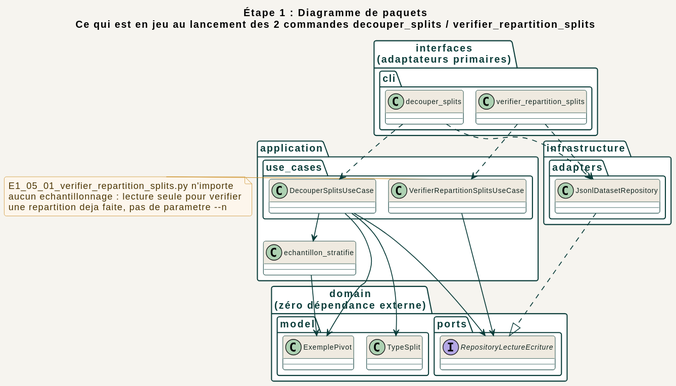
This is docs/diagrams/02_etape1_donnees/paquets/decouper_splits_paquets.svg from racemartin/m14_ocr, a PlantUML export, as it was before one commit.
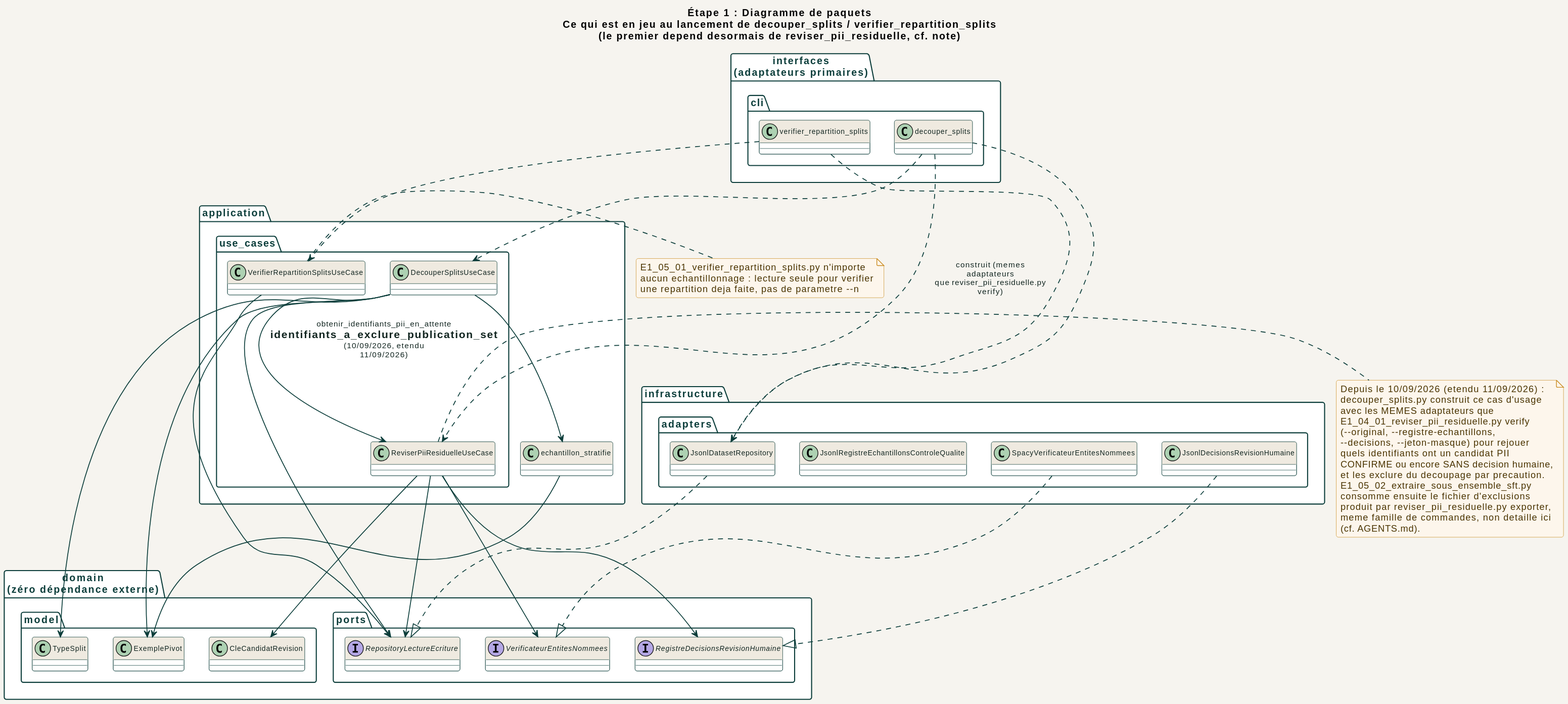
The same diagram one commit later.

Diff of the diagram source:
```diff
@@ -1,8 +1,7 @@
 @startuml
-!pragma layout smetana
 !include ../../_common/estilo.iuml
 
-title Étape 1 : Diagramme de paquets\nCe qui est en jeu au lancement des 2 commandes decouper_splits / verifier_repartition_splits
+title Étape 1 : Diagramme de paquets\nCe qui est en jeu au lancement de decouper_splits / verifier_repartition_splits\n(le premier depend desormais de reviser_pii_residuelle, cf. note)
 
 package "interfaces\n(adaptateurs primaires)" as INTERFACES {
   package "cli" {
@@ -15,6 +14,7 @@
   package "use_cases" {
     class DecouperSplitsUseCase
     class VerifierRepartitionSplitsUseCase
+    class ReviserPiiResiduelleUseCase
   }
   class echantillon_stratifie
 }
@@ -23,21 +23,28 @@
   package "model" {
     class ExemplePivot
     class TypeSplit
+    class CleCandidatRevision
   }
   package "ports" {
     interface RepositoryLectureEcriture
+    interface VerificateurEntitesNommees
+    interface RegistreDecisionsRevisionHumaine
   }
 }
 
 package "infrastructure" as INFRASTRUCTURE {
   package "adapters" {
     class JsonlDatasetRepository
+    class SpacyVerificateurEntitesNommees
+    class JsonlRegistreEchantillonsControleQualite
+    class JsonlDecisionsRevisionHumaine
   }
 }
 
 
 decouper_splits ..> JsonlDatasetRepository
 decouper_splits ..> DecouperSplitsUseCase
+decouper_splits ..> ReviserPiiResiduelleUseCase : construit (memes adaptateurs\nque reviser_pii_residuelle.py verify)
 
 verifier_repartition_splits ..> JsonlDatasetRepository
 verifier_repartition_splits ..> VerifierRepartitionSplitsUseCase
@@ -46,16 +53,41 @@
 DecouperSplitsUseCase --> ExemplePivot
 DecouperSplitsUseCase --> TypeSplit
 DecouperSplitsUseCase --> RepositoryLectureEcriture
+DecouperSplitsUseCase --> ReviserPiiResiduelleUseCase : obtenir_identifiants_pii_en_attente\n= identifiants_a_exclure_publication_set\n(10/09/2026, etendu 11/09/2026)
+
+ReviserPiiResiduelleUseCase --> RepositoryLectureEcriture
+ReviserPiiResiduelleUseCase --> VerificateurEntitesNommees
+ReviserPiiResiduelleUseCase --> RegistreDecisionsRevisionHumaine
+ReviserPiiResiduelleUseCase --> CleCandidatRevision
 
 VerifierRepartitionSplitsUseCase --> RepositoryLectureEcriture
 
 echantillon_stratifie --> ExemplePivot
 
 JsonlDatasetRepository ..|> RepositoryLectureEcriture
+SpacyVerificateurEntitesNommees ..|> VerificateurEntitesNommees
+JsonlDecisionsRevisionHumaine ..|> RegistreDecisionsRevisionHumaine
 
 note right of VerifierRepartitionSplitsUseCase
   E1_05_01_verifier_repartition_splits.py n'importe
   aucun echantillonnage : lecture seule pour verifier
   une repartition deja faite, pas de parametre --n
 end note
+
+note right of ReviserPiiResiduelleUseCase
+  Depuis le 10/09/2026 (etendu 11/09/2026) :
+  decouper_splits.py construit ce cas d'usage
+  avec les MEMES adaptateurs que
+  E1_04_01_reviser_pii_residuelle.py verify
+  (~-~-original, ~-~-registre-echantillons,
+  ~-~-decisions, ~-~-jeton-masque) pour rejouer
+  quels identifiants ont un candidat PII
+  CONFIRME ou encore SANS decision humaine,
+  et les exclure du decoupage par precaution.
+  E1_05_02_extraire_sous_ensemble_sft.py
+  consomme ensuite le fichier d'exclusions
+  produit par reviser_pii_residuelle.py exporter,
+  meme famille de commandes, non detaille ici
+  (cf. AGENTS.md).
+end note
 @enduml
```
